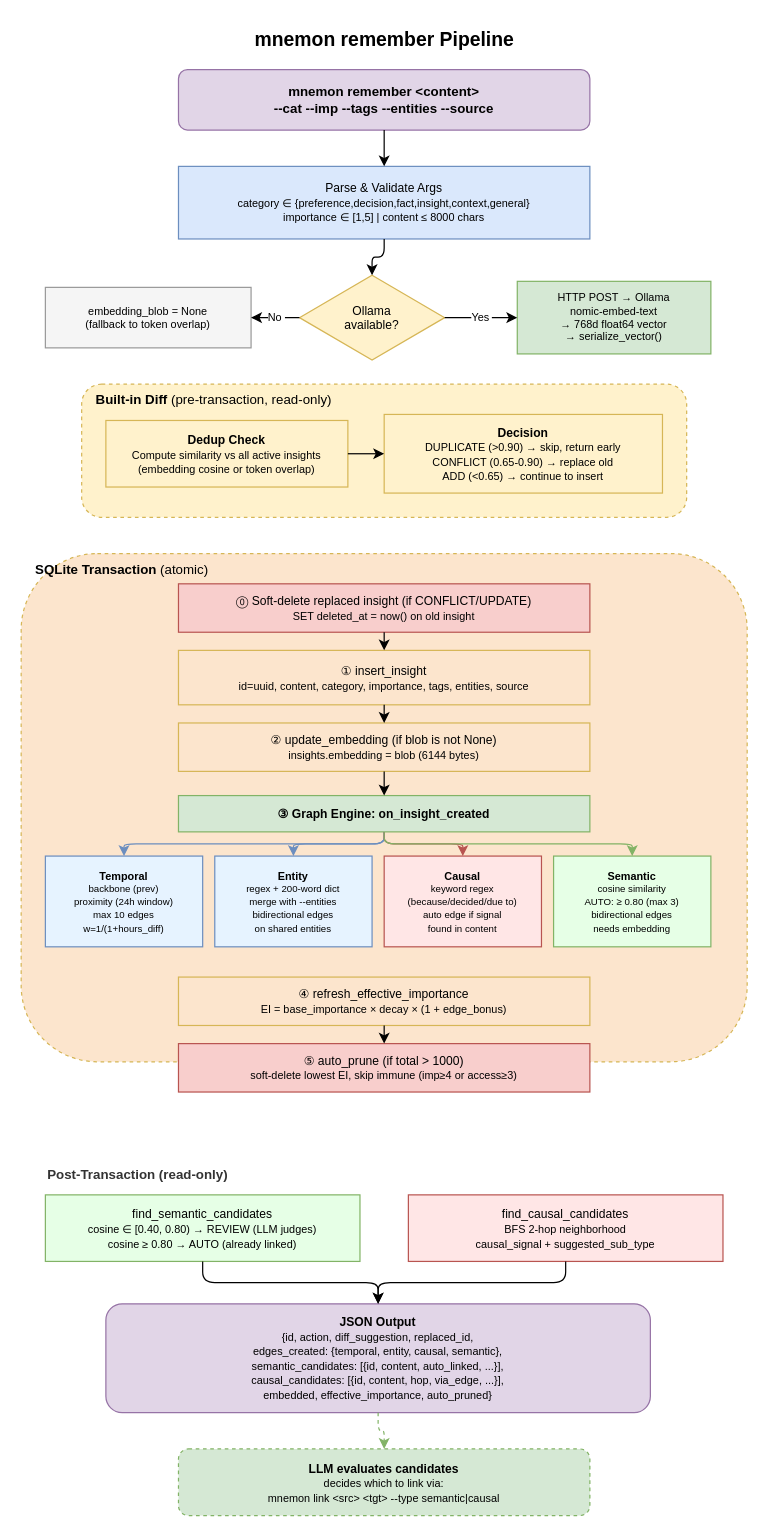
Before: docs/diagrams/02-remember-pipeline.drawio in bissli/mnemon, a draw.io diagram. Source tidied: cells renumbered, new cells numbered last; positions are measured from the earlier drawing's top-left corner, leaving out a move shared by most shapes. Both pictures are drawn from the tidied source at 121%, with x=0, y=0 at pixel (21, 21).
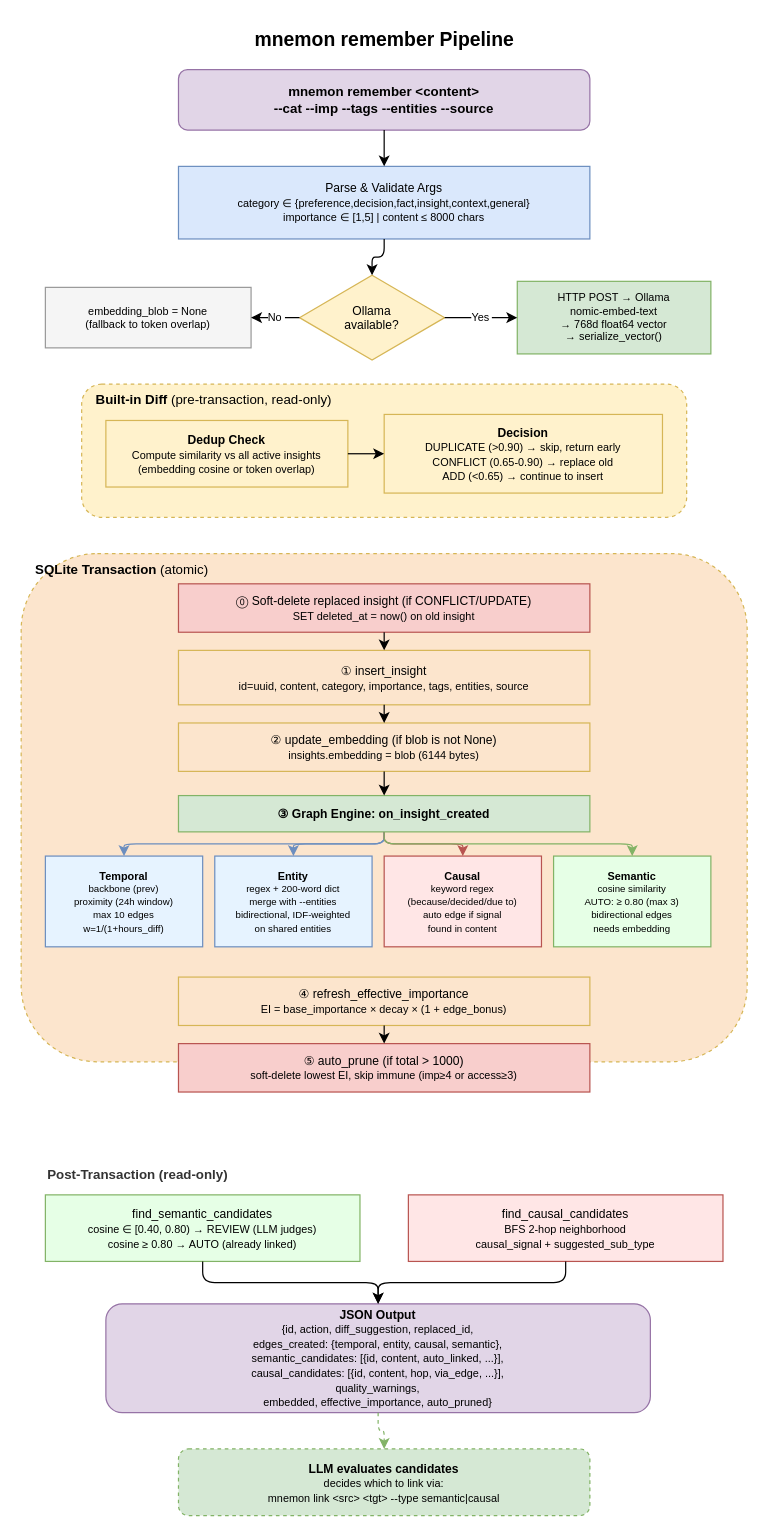
The same diagram, later.

Commit message (it also covers changes not shown here):
Update docs and diagrams for 4-layer quality defense implementation

Change to the diagram source:
```diff
@@
-    <mxCell id="25" value="&lt;b&gt;Entity&lt;/b&gt;&lt;br&gt;&lt;font style=&quot;font-size:8px&quot;&gt;regex + 200-word dict&lt;br&gt;merge with --entities&lt;br&gt;bidirectional edges&lt;br&gt;on shared entities&lt;/font&gt;" style="rounded=0;whiteSpace=wrap;html=1;fontSize=9;fillColor=#E6F3FF;strokeColor=#6c8ebf;" parent="1" vertex="1">
+    <mxCell id="25" value="&lt;b&gt;Entity&lt;/b&gt;&lt;br&gt;&lt;font style=&quot;font-size:8px&quot;&gt;regex + 200-word dict&lt;br&gt;merge with --entities&lt;br&gt;bidirectional, IDF-weighted&lt;br&gt;on shared entities&lt;/font&gt;" style="rounded=0;whiteSpace=wrap;html=1;fontSize=9;fillColor=#E6F3FF;strokeColor=#6c8ebf;" parent="1" vertex="1">
       <mxGeometry x="160" y="690" width="130" height="75" as="geometry" />
     </mxCell>
@@
-    <mxCell id="38" value="&lt;b&gt;JSON Output&lt;/b&gt;&lt;br&gt;&lt;font style=&quot;font-size:9px&quot;&gt;{id, action, diff_suggestion, replaced_id,&lt;br&gt;edges_created: {temporal, entity, causal, semantic},&lt;br&gt;semantic_candidates: [{id, content, auto_linked, ...}],&lt;br&gt;causal_candidates: [{id, content, hop, via_edge, ...}],&lt;br&gt;embedded, effective_importance, auto_pruned}&lt;/font&gt;" style="rounded=1;whiteSpace=wrap;html=1;fillColor=#e1d5e7;strokeColor=#9673a6;fontSize=10;" parent="1" vertex="1">
+    <mxCell id="38" value="&lt;b&gt;JSON Output&lt;/b&gt;&lt;br&gt;&lt;font style=&quot;font-size:9px&quot;&gt;{id, action, diff_suggestion, replaced_id,&lt;br&gt;edges_created: {temporal, entity, causal, semantic},&lt;br&gt;semantic_candidates: [{id, content, auto_linked, ...}],&lt;br&gt;causal_candidates: [{id, content, hop, via_edge, ...}],&lt;br&gt;quality_warnings,&lt;br&gt;embedded, effective_importance, auto_pruned}&lt;/font&gt;" style="rounded=1;whiteSpace=wrap;html=1;fillColor=#e1d5e7;strokeColor=#9673a6;fontSize=10;" parent="1" vertex="1">
       <mxGeometry x="70" y="1060" width="450" height="90" as="geometry" />
     </mxCell>
```
